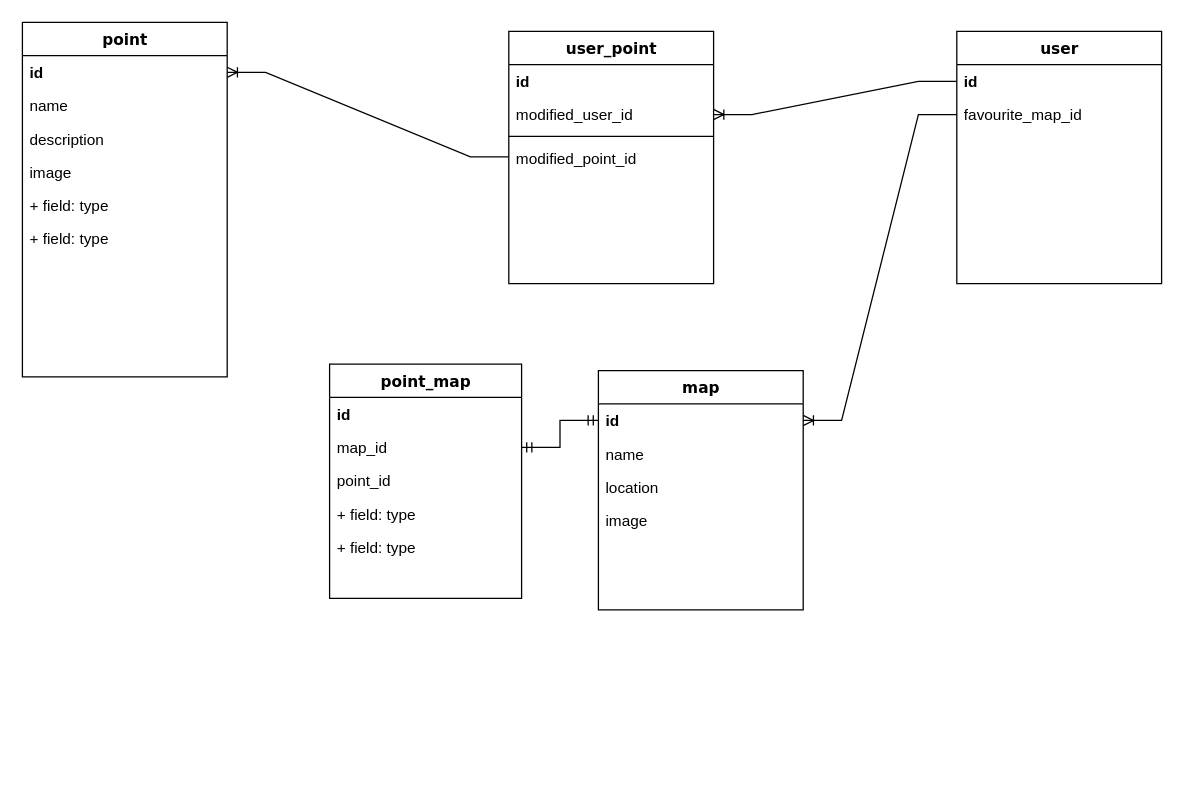
Ruanruanx/wikiMap keeps this draw.io diagram as planning/ERD.drawio. Above is the earlier version. Source tidied: cells renumbered, new cells numbered last; positions are measured from the earlier drawing's top-left corner, leaving out a move shared by most shapes. Both pictures are drawn from the tidied source at 128%, with x=0, y=0 at pixel (22, 22).
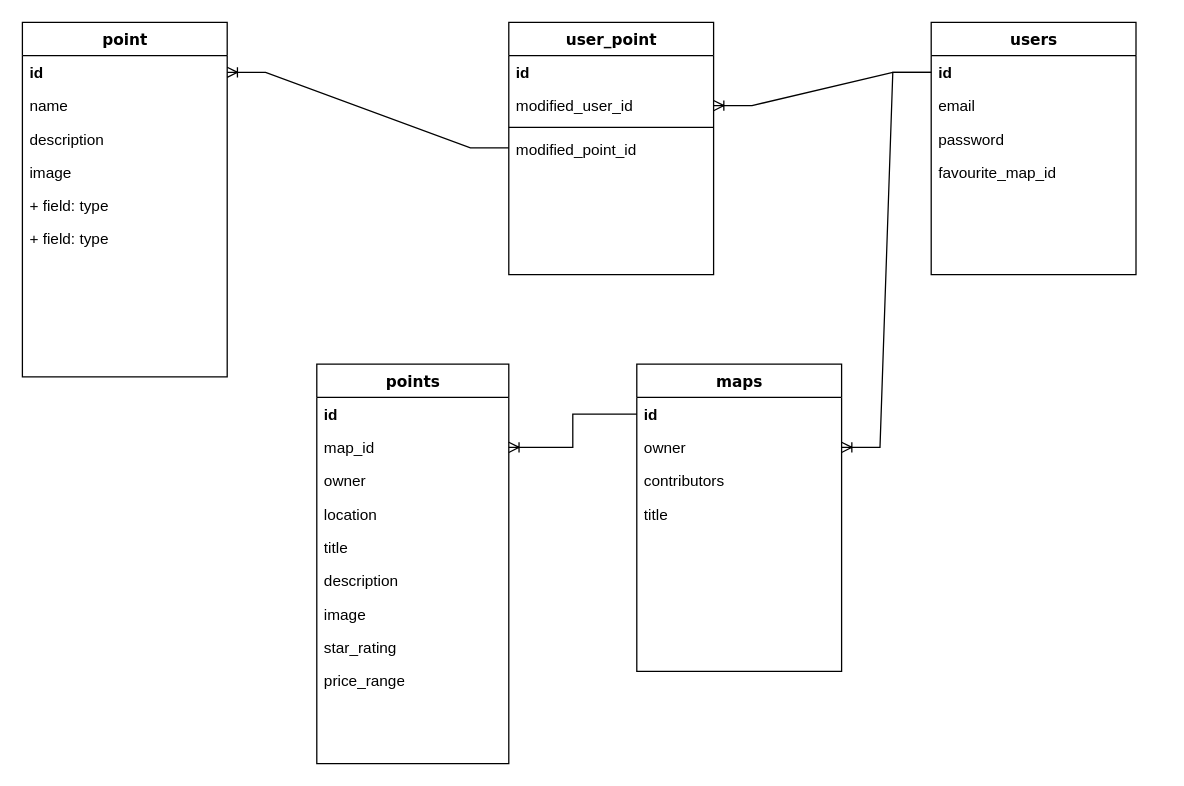
The same page after the edit.

The change refers to these unchanged cells:
```xml
<mxCell id="3" value="&lt;b&gt;id&lt;/b&gt;" style="text;html=1;strokeColor=none;fillColor=none;align=left;verticalAlign=top;spacingLeft=4;spacingRight=4;whiteSpace=wrap;overflow=hidden;points=[[0,0.5],[1,0.5]];portConstraint=eastwest;" parent="2" vertex="1">
  <mxGeometry y="26" width="160" height="26" as="geometry" />
</mxCell>
<mxCell id="15" value="&lt;b&gt;id&lt;/b&gt;" style="text;html=1;strokeColor=none;fillColor=none;align=left;verticalAlign=top;spacingLeft=4;spacingRight=4;whiteSpace=wrap;overflow=hidden;points=[[0,0.5],[1,0.5]];portConstraint=eastwest;" parent="14" vertex="1">
  <mxGeometry y="26" width="160" height="26" as="geometry" />
</mxCell>
<mxCell id="27" value="map_id" style="text;html=1;strokeColor=none;fillColor=none;align=left;verticalAlign=top;spacingLeft=4;spacingRight=4;whiteSpace=wrap;overflow=hidden;points=[[0,0.5],[1,0.5]];portConstraint=eastwest;" parent="25" vertex="1">
  <mxGeometry y="52" width="150" height="26" as="geometry" />
</mxCell>
```

Change to the diagram source:
```diff
@@
-    <mxCell id="2" value="map" style="swimlane;html=1;fontStyle=1;align=center;verticalAlign=top;horizontal=1;startSize=26;swimlaneFillColor=#ffffff;rounded=0;shadow=0;comic=0;labelBackgroundColor=none;strokeWidth=1;fillColor=none;fontFamily=Verdana;fontSize=12;" parent="1" vertex="1">
-      <mxGeometry x="450" y="272" width="160" height="187" as="geometry" />
+    <mxCell id="2" value="maps" style="swimlane;html=1;fontStyle=1;align=center;verticalAlign=top;horizontal=1;startSize=26;swimlaneFillColor=#ffffff;rounded=0;shadow=0;comic=0;labelBackgroundColor=none;strokeWidth=1;fillColor=none;fontFamily=Verdana;fontSize=12;" parent="1" vertex="1">
+      <mxGeometry x="480" y="267" width="160" height="240" as="geometry" />
     </mxCell>
@@
-    <mxCell id="4" value="name" style="text;html=1;strokeColor=none;fillColor=none;align=left;verticalAlign=top;spacingLeft=4;spacingRight=4;whiteSpace=wrap;overflow=hidden;" parent="2" vertex="1">
-      <mxGeometry y="52" width="160" height="26" as="geometry" />
-    </mxCell>
-    <mxCell id="5" value="location&lt;br&gt;" style="text;html=1;strokeColor=none;fillColor=none;align=left;verticalAlign=top;spacingLeft=4;spacingRight=4;whiteSpace=wrap;overflow=hidden;" parent="2" vertex="1">
-      <mxGeometry y="78" width="160" height="26" as="geometry" />
-    </mxCell>
-    <mxCell id="6" value="image" style="text;html=1;strokeColor=none;fillColor=none;align=left;verticalAlign=top;spacingLeft=4;spacingRight=4;whiteSpace=wrap;overflow=hidden;" parent="2" vertex="1">
-      <mxGeometry y="104" width="160" height="26" as="geometry" />
-    </mxCell>
+    <mxCell id="32" value="owner" style="text;html=1;strokeColor=none;fillColor=none;align=left;verticalAlign=top;spacingLeft=4;spacingRight=4;whiteSpace=wrap;overflow=hidden;points=[[0,0.5],[1,0.5]];portConstraint=eastwest;" parent="2" vertex="1">
+      <mxGeometry y="52" width="160" height="26" as="geometry" />
+    </mxCell>
+    <mxCell id="33" value="contributors" style="text;html=1;strokeColor=none;fillColor=none;align=left;verticalAlign=top;spacingLeft=4;spacingRight=4;whiteSpace=wrap;overflow=hidden;" parent="2" vertex="1">
+      <mxGeometry y="78" width="160" height="26" as="geometry" />
+    </mxCell>
+    <mxCell id="34" value="title" style="text;html=1;strokeColor=none;fillColor=none;align=left;verticalAlign=top;spacingLeft=4;spacingRight=4;whiteSpace=wrap;overflow=hidden;" parent="2" vertex="1">
+      <mxGeometry y="104" width="160" height="25" as="geometry" />
+    </mxCell>
@@
-    <mxCell id="14" value="user" style="swimlane;html=1;fontStyle=1;align=center;verticalAlign=top;horizontal=1;startSize=26;swimlaneFillColor=#ffffff;rounded=0;shadow=0;comic=0;labelBackgroundColor=none;strokeWidth=1;fillColor=none;fontFamily=Verdana;fontSize=12;" parent="1" vertex="1">
-      <mxGeometry x="730" y="7" width="160" height="197" as="geometry" />
+    <mxCell id="14" value="users" style="swimlane;html=1;fontStyle=1;align=center;verticalAlign=top;horizontal=1;startSize=26;swimlaneFillColor=#ffffff;rounded=0;shadow=0;comic=0;labelBackgroundColor=none;strokeWidth=1;fillColor=none;fontFamily=Verdana;fontSize=12;" parent="1" vertex="1">
+      <mxGeometry x="710" width="160" height="197" as="geometry" />
     </mxCell>
@@
-    <mxCell id="16" value="favourite_map_id" style="text;html=1;strokeColor=none;fillColor=none;align=left;verticalAlign=top;spacingLeft=4;spacingRight=4;whiteSpace=wrap;overflow=hidden;points=[[0,0.5],[1,0.5]];portConstraint=eastwest;" parent="14" vertex="1">
+    <mxCell id="16" value="email" style="text;html=1;strokeColor=none;fillColor=none;align=left;verticalAlign=top;spacingLeft=4;spacingRight=4;whiteSpace=wrap;overflow=hidden;points=[[0,0.5],[1,0.5]];portConstraint=eastwest;" parent="14" vertex="1">
       <mxGeometry y="52" width="160" height="26" as="geometry" />
     </mxCell>
+    <mxCell id="35" value="password" style="text;html=1;strokeColor=none;fillColor=none;align=left;verticalAlign=top;spacingLeft=4;spacingRight=4;whiteSpace=wrap;overflow=hidden;" parent="14" vertex="1">
+      <mxGeometry y="78" width="160" height="26" as="geometry" />
+    </mxCell>
+    <mxCell id="36" value="favourite_map_id" style="text;html=1;strokeColor=none;fillColor=none;align=left;verticalAlign=top;spacingLeft=4;spacingRight=4;whiteSpace=wrap;overflow=hidden;" parent="14" vertex="1">
+      <mxGeometry y="104" width="160" height="26" as="geometry" />
+    </mxCell>
     <mxCell id="17" value="user_point" style="swimlane;html=1;fontStyle=1;align=center;verticalAlign=top;horizontal=1;startSize=26;swimlaneFillColor=#ffffff;rounded=0;shadow=0;comic=0;labelBackgroundColor=none;strokeWidth=1;fillColor=none;fontFamily=Verdana;fontSize=12;" parent="1" vertex="1">
-      <mxGeometry x="380" y="7" width="160" height="197" as="geometry" />
+      <mxGeometry x="380" width="160" height="197" as="geometry" />
     </mxCell>
@@
-    <mxCell id="24" style="edgeStyle=entityRelationEdgeStyle;fontSize=12;html=1;endArrow=ERoneToMany;rounded=0;exitX=0;exitY=0.5;exitDx=0;exitDy=0;entryX=1;entryY=0.5;entryDx=0;entryDy=0;" parent="1" edge="1" source="16" target="3">
+    <mxCell id="24" style="edgeStyle=entityRelationEdgeStyle;fontSize=12;html=1;endArrow=ERoneToMany;rounded=0;exitX=0;exitY=0.5;exitDx=0;exitDy=0;entryX=1;entryY=0.5;entryDx=0;entryDy=0;" parent="1" edge="1" source="15" target="32">
       <mxGeometry relative="1" as="geometry" />
     </mxCell>
-    <mxCell id="25" value="point_map" style="swimlane;html=1;fontStyle=1;align=center;verticalAlign=top;horizontal=1;startSize=26;swimlaneFillColor=#ffffff;rounded=0;shadow=0;comic=0;labelBackgroundColor=none;strokeWidth=1;fillColor=none;fontFamily=Verdana;fontSize=12;" parent="1" vertex="1">
-      <mxGeometry x="240" y="267" width="150" height="183" as="geometry" />
+    <mxCell id="25" value="points" style="swimlane;html=1;fontStyle=1;align=center;verticalAlign=top;horizontal=1;startSize=26;swimlaneFillColor=#ffffff;rounded=0;shadow=0;comic=0;labelBackgroundColor=none;strokeWidth=1;fillColor=none;fontFamily=Verdana;fontSize=12;" parent="1" vertex="1">
+      <mxGeometry x="230" y="267" width="150" height="312" as="geometry" />
     </mxCell>
-    <mxCell id="26" value="id" style="text;html=1;strokeColor=none;fillColor=none;align=left;verticalAlign=top;spacingLeft=4;spacingRight=4;whiteSpace=wrap;overflow=hidden;fontStyle=1;" parent="25" vertex="1">
-      <mxGeometry y="26" width="150" height="26" as="geometry" />
-    </mxCell>
+    <mxCell id="28" value="id" style="text;html=1;strokeColor=none;fillColor=none;align=left;verticalAlign=top;spacingLeft=4;spacingRight=4;whiteSpace=wrap;overflow=hidden;fontStyle=1;" parent="25" vertex="1">
+      <mxGeometry y="26" width="150" height="26" as="geometry" />
+    </mxCell>
@@
-    <mxCell id="28" value="point_id" style="text;html=1;strokeColor=none;fillColor=none;align=left;verticalAlign=top;spacingLeft=4;spacingRight=4;whiteSpace=wrap;overflow=hidden;" parent="25" vertex="1">
-      <mxGeometry y="78" width="150" height="26" as="geometry" />
-    </mxCell>
+    <mxCell id="37" value="owner" style="text;html=1;strokeColor=none;fillColor=none;align=left;verticalAlign=top;spacingLeft=4;spacingRight=4;whiteSpace=wrap;overflow=hidden;" parent="25" vertex="1">
+      <mxGeometry y="78" width="150" height="26" as="geometry" />
+    </mxCell>
+    <mxCell id="5" value="location&lt;br&gt;" style="text;html=1;strokeColor=none;fillColor=none;align=left;verticalAlign=top;spacingLeft=4;spacingRight=4;whiteSpace=wrap;overflow=hidden;" parent="25" vertex="1">
+      <mxGeometry y="104" width="150" height="26" as="geometry" />
+    </mxCell>
+    <mxCell id="4" value="title" style="text;html=1;strokeColor=none;fillColor=none;align=left;verticalAlign=top;spacingLeft=4;spacingRight=4;whiteSpace=wrap;overflow=hidden;" parent="25" vertex="1">
+      <mxGeometry y="130" width="150" height="26" as="geometry" />
+    </mxCell>
-    <mxCell id="29" value="+ field: type" style="text;html=1;strokeColor=none;fillColor=none;align=left;verticalAlign=top;spacingLeft=4;spacingRight=4;whiteSpace=wrap;overflow=hidden;" parent="25" vertex="1">
-      <mxGeometry y="104" width="150" height="26" as="geometry" />
+    <mxCell id="29" value="description" style="text;html=1;strokeColor=none;fillColor=none;align=left;verticalAlign=top;spacingLeft=4;spacingRight=4;whiteSpace=wrap;overflow=hidden;" parent="25" vertex="1">
+      <mxGeometry y="156" width="150" height="26" as="geometry" />
     </mxCell>
-    <mxCell id="30" value="+ field: type" style="text;html=1;strokeColor=none;fillColor=none;align=left;verticalAlign=top;spacingLeft=4;spacingRight=4;whiteSpace=wrap;overflow=hidden;" parent="25" vertex="1">
-      <mxGeometry y="130" width="150" height="26" as="geometry" />
-    </mxCell>
+    <mxCell id="6" value="image" style="text;html=1;strokeColor=none;fillColor=none;align=left;verticalAlign=top;spacingLeft=4;spacingRight=4;whiteSpace=wrap;overflow=hidden;" parent="25" vertex="1">
+      <mxGeometry y="182" width="150" height="26" as="geometry" />
+    </mxCell>
+    <mxCell id="38" value="star_rating" style="text;html=1;strokeColor=none;fillColor=none;align=left;verticalAlign=top;spacingLeft=4;spacingRight=4;whiteSpace=wrap;overflow=hidden;" parent="25" vertex="1">
+      <mxGeometry y="208" width="150" height="26" as="geometry" />
+    </mxCell>
+    <mxCell id="39" value="price_range" style="text;html=1;strokeColor=none;fillColor=none;align=left;verticalAlign=top;spacingLeft=4;spacingRight=4;whiteSpace=wrap;overflow=hidden;" parent="25" vertex="1">
+      <mxGeometry y="234" width="150" height="26" as="geometry" />
+    </mxCell>
-    <mxCell id="31" style="edgeStyle=entityRelationEdgeStyle;fontSize=12;html=1;endArrow=ERmandOne;startArrow=ERmandOne;rounded=0;entryX=0;entryY=0.5;entryDx=0;entryDy=0;" parent="1" edge="1" source="27" target="3">
+    <mxCell id="31" style="edgeStyle=elbowEdgeStyle;fontSize=12;html=1;endArrow=ERoneToMany;startArrow=none;rounded=0;endFill=0;startFill=0;entryX=1;entryY=0.5;entryDx=0;entryDy=0;exitX=0;exitY=0.5;exitDx=0;exitDy=0;" parent="1" edge="1" source="3" target="27">
       <mxGeometry relative="1" as="geometry" />
     </mxCell>
```
